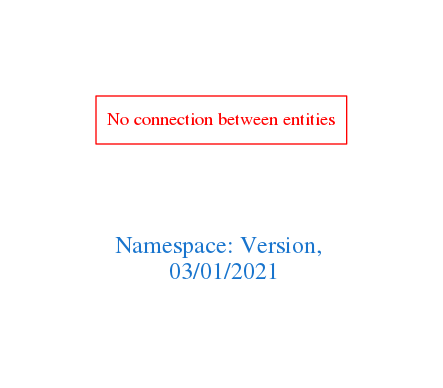
Earlier version of the Graphviz export downloads/Version.png (arago/OGIT). Its source is kept beside it as downloads/Version.dot.
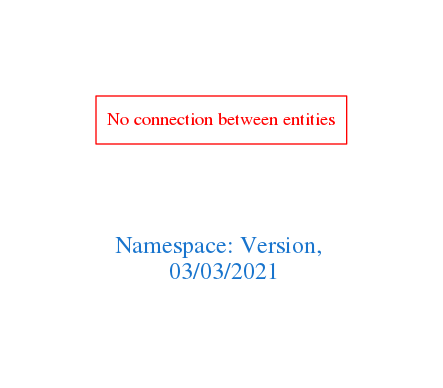
After the commit.

Diff of the diagram source:
```diff
@@ -1,7 +1,7 @@
 digraph OGIT_ontology {
  graph [ rankdir= LR,pad=1
 fontsize = 18,
-fontcolor= dodgerblue3,label = "\n\n\nNamespace: Version, \n 03/01/2021"];
+fontcolor= dodgerblue3,label = "\n\n\nNamespace: Version, \n 03/03/2021"];
 node[shape=polygon];
 edge [  color="gray81"];
 
```
